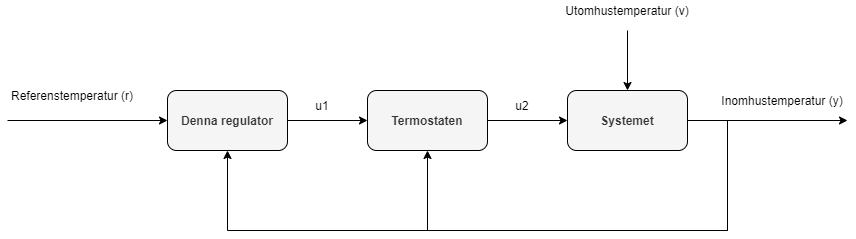
The draw.io diagram Blockdiagram.png in TantDre/Termostatsystem, before a commit. Source tidied: cells renumbered, new cells last; positions are measured from the earlier drawing's top-left corner, leaving out a move shared by most shapes. The source it was exported from:
```xml
<mxGraphModel>
  <root>
    <mxCell id="0" />
    <mxCell id="1" parent="0" />
    <mxCell id="2" style="edgeStyle=orthogonalEdgeStyle;rounded=0;jettySize=auto;html=1;exitX=1;exitY=0.5;exitDx=0;exitDy=0;entryX=0;entryY=0.5;entryDx=0;entryDy=0;" parent="1" edge="1" source="4" target="6">
      <mxGeometry relative="1" as="geometry" />
    </mxCell>
    <mxCell id="3" style="edgeStyle=orthogonalEdgeStyle;rounded=0;jettySize=auto;html=1;exitX=0;exitY=0.5;exitDx=0;exitDy=0;startArrow=classic;startFill=1;endArrow=none;endFill=0;" parent="1" edge="1" source="4">
      <mxGeometry relative="1" as="geometry">
        <mxPoint y="120" as="targetPoint" />
      </mxGeometry>
    </mxCell>
    <mxCell id="4" value="&lt;b&gt;Denna regulator&lt;/b&gt;" style="rounded=1;whiteSpace=wrap;html=1;fillColor=#f5f5f5;fontColor=#333333;" parent="1" vertex="1">
      <mxGeometry x="160" y="90" width="120" height="60" as="geometry" />
    </mxCell>
    <mxCell id="5" style="edgeStyle=orthogonalEdgeStyle;rounded=0;jettySize=auto;html=1;exitX=1;exitY=0.5;exitDx=0;exitDy=0;entryX=0;entryY=0.5;entryDx=0;entryDy=0;" parent="1" edge="1" source="6" target="11">
      <mxGeometry relative="1" as="geometry" />
    </mxCell>
    <mxCell id="6" value="&lt;b&gt;Termostaten&lt;/b&gt;" style="rounded=1;whiteSpace=wrap;html=1;fillColor=#f5f5f5;fontColor=#333333;" parent="1" vertex="1">
      <mxGeometry x="360" y="90" width="120" height="60" as="geometry" />
    </mxCell>
    <mxCell id="7" style="edgeStyle=orthogonalEdgeStyle;rounded=0;jettySize=auto;html=1;exitX=1;exitY=0.5;exitDx=0;exitDy=0;entryX=0.5;entryY=1;entryDx=0;entryDy=0;" parent="1" edge="1" source="11" target="6">
      <mxGeometry relative="1" as="geometry">
        <Array as="points">
          <mxPoint x="720" y="120" />
          <mxPoint x="720" y="230" />
          <mxPoint x="420" y="230" />
        </Array>
      </mxGeometry>
    </mxCell>
    <mxCell id="8" style="edgeStyle=orthogonalEdgeStyle;rounded=0;jettySize=auto;html=1;exitX=1;exitY=0.5;exitDx=0;exitDy=0;entryX=0.5;entryY=1;entryDx=0;entryDy=0;" parent="1" edge="1" source="11" target="4">
      <mxGeometry relative="1" as="geometry">
        <Array as="points">
          <mxPoint x="720" y="120" />
          <mxPoint x="720" y="230" />
          <mxPoint x="220" y="230" />
        </Array>
      </mxGeometry>
    </mxCell>
    <mxCell id="9" style="edgeStyle=orthogonalEdgeStyle;rounded=0;jettySize=auto;html=1;exitX=1;exitY=0.5;exitDx=0;exitDy=0;startArrow=none;startFill=0;endArrow=classic;endFill=1;" parent="1" edge="1" source="11">
      <mxGeometry relative="1" as="geometry">
        <mxPoint x="840" y="120" as="targetPoint" />
      </mxGeometry>
    </mxCell>
    <mxCell id="10" style="edgeStyle=orthogonalEdgeStyle;rounded=0;jettySize=auto;html=1;exitX=0.5;exitY=0;exitDx=0;exitDy=0;startArrow=classic;startFill=1;endArrow=none;endFill=0;" parent="1" edge="1" source="11">
      <mxGeometry relative="1" as="geometry">
        <mxPoint x="620" y="30" as="targetPoint" />
      </mxGeometry>
    </mxCell>
    <mxCell id="11" value="&lt;b&gt;Systemet&lt;/b&gt;" style="rounded=1;whiteSpace=wrap;html=1;fillColor=#f5f5f5;fontColor=#333333;" parent="1" vertex="1">
      <mxGeometry x="560" y="90" width="120" height="60" as="geometry" />
    </mxCell>
    <mxCell id="12" value="Inomhustemperatur (y)" style="text;html=1;strokeColor=none;fillColor=none;align=center;verticalAlign=middle;whiteSpace=wrap;rounded=0;" parent="1" vertex="1">
      <mxGeometry x="710" y="90" width="130" height="20" as="geometry" />
    </mxCell>
    <mxCell id="13" value="Referenstemperatur (r)" style="text;html=1;strokeColor=none;fillColor=none;align=center;verticalAlign=middle;whiteSpace=wrap;rounded=0;" parent="1" vertex="1">
      <mxGeometry y="80" width="130" height="30" as="geometry" />
    </mxCell>
    <mxCell id="14" value="u1" style="text;html=1;strokeColor=none;fillColor=none;align=center;verticalAlign=middle;whiteSpace=wrap;rounded=0;" parent="1" vertex="1">
      <mxGeometry x="250" y="90" width="130" height="30" as="geometry" />
    </mxCell>
    <mxCell id="15" value="u2" style="text;html=1;strokeColor=none;fillColor=none;align=center;verticalAlign=middle;whiteSpace=wrap;rounded=0;" parent="1" vertex="1">
      <mxGeometry x="450" y="90" width="130" height="30" as="geometry" />
    </mxCell>
    <mxCell id="16" value="Utomhustemperatur (v)" style="text;html=1;strokeColor=none;fillColor=none;align=center;verticalAlign=middle;whiteSpace=wrap;rounded=0;" parent="1" vertex="1">
      <mxGeometry x="555" width="130" height="20" as="geometry" />
    </mxCell>
  </root>
</mxGraphModel>
```
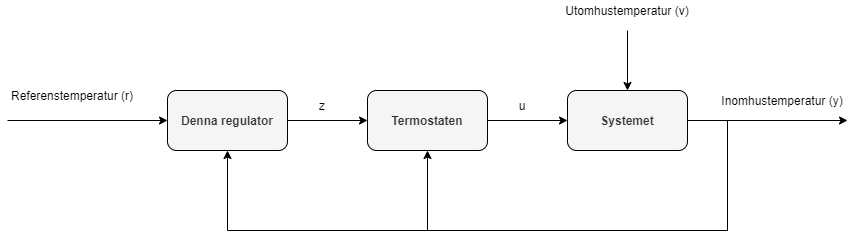
The same diagram one commit later.

What changed in the source:
```diff
@@ -56,10 +56,10 @@
     <mxCell id="13" value="Referenstemperatur (r)" style="text;html=1;strokeColor=none;fillColor=none;align=center;verticalAlign=middle;whiteSpace=wrap;rounded=0;" parent="1" vertex="1">
       <mxGeometry y="80" width="130" height="30" as="geometry" />
     </mxCell>
-    <mxCell id="14" value="u1" style="text;html=1;strokeColor=none;fillColor=none;align=center;verticalAlign=middle;whiteSpace=wrap;rounded=0;" parent="1" vertex="1">
+    <mxCell id="14" value="z" style="text;html=1;strokeColor=none;fillColor=none;align=center;verticalAlign=middle;whiteSpace=wrap;rounded=0;" parent="1" vertex="1">
       <mxGeometry x="250" y="90" width="130" height="30" as="geometry" />
     </mxCell>
-    <mxCell id="15" value="u2" style="text;html=1;strokeColor=none;fillColor=none;align=center;verticalAlign=middle;whiteSpace=wrap;rounded=0;" parent="1" vertex="1">
+    <mxCell id="15" value="u" style="text;html=1;strokeColor=none;fillColor=none;align=center;verticalAlign=middle;whiteSpace=wrap;rounded=0;" parent="1" vertex="1">
       <mxGeometry x="450" y="90" width="130" height="30" as="geometry" />
     </mxCell>
     <mxCell id="16" value="Utomhustemperatur (v)" style="text;html=1;strokeColor=none;fillColor=none;align=center;verticalAlign=middle;whiteSpace=wrap;rounded=0;" parent="1" vertex="1">
```
